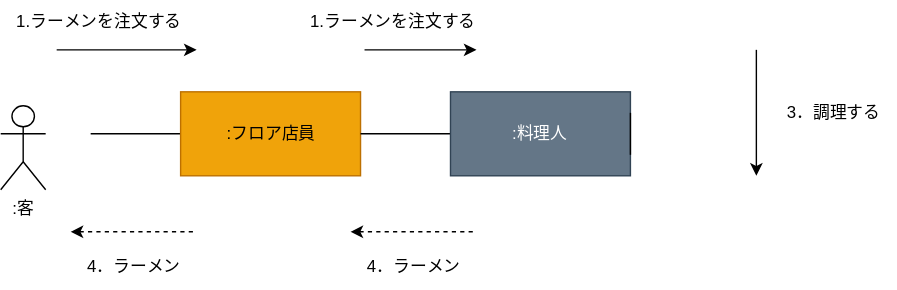
hinokanata/uml-introduction keeps this draw.io diagram as 例題5-1_ラーメン注文配膳.drawio.svg. Above is the earlier version. Source tidied: cells renumbered, new cells last; positions are measured from the earlier drawing's top-left corner, leaving out a move shared by most shapes. Its diagram source:
```xml
<mxGraphModel>
  <root>
    <mxCell id="0" />
    <mxCell id="1" parent="0" />
    <mxCell id="2" style="group;fontStyle=4;" parent="1" vertex="1">
      <mxGeometry y="65" width="450" height="70" as="geometry" />
    </mxCell>
    <mxCell id="3" value=":客" style="shape=umlActor;verticalLabelPosition=bottom;verticalAlign=top;html=1;" parent="2" vertex="1">
      <mxGeometry y="10" width="32.1" height="60" as="geometry" />
    </mxCell>
    <mxCell id="4" style="endArrow=none;html=1;" parent="2" edge="1">
      <mxGeometry relative="1" as="geometry">
        <mxPoint x="64.3" y="30" as="sourcePoint" />
        <mxPoint x="150" y="30" as="targetPoint" />
        <Array as="points">
          <mxPoint x="107.1" y="30" />
        </Array>
      </mxGeometry>
    </mxCell>
    <mxCell id="5" value=":フロア店員" style="rounded=0;whiteSpace=wrap;html=1;fillColor=#f0a30a;strokeColor=#BD7000;fontColor=#000000;" parent="2" vertex="1">
      <mxGeometry x="128.6" width="128.6" height="60" as="geometry" />
    </mxCell>
    <mxCell id="6" style="endArrow=none;html=1;exitX=1;exitY=0.5;exitDx=0;exitDy=0;" parent="2" edge="1" source="5">
      <mxGeometry relative="1" as="geometry">
        <mxPoint x="321.4" y="30" as="targetPoint" />
      </mxGeometry>
    </mxCell>
    <mxCell id="7" value=":料理人" style="rounded=0;whiteSpace=wrap;html=1;fillColor=#647687;fontColor=#ffffff;strokeColor=#314354;" parent="2" vertex="1">
      <mxGeometry x="321.4" width="128.6" height="60" as="geometry" />
    </mxCell>
    <mxCell id="8" style="endArrow=none;html=1;exitX=1;exitY=0.25;exitDx=0;exitDy=0;entryX=1;entryY=0.75;entryDx=0;entryDy=0;" parent="2" edge="1" source="7" target="7">
      <mxGeometry relative="1" as="geometry" />
    </mxCell>
    <mxCell id="9" style="endArrow=classic;html=1;" parent="1" edge="1">
      <mxGeometry relative="1" as="geometry">
        <mxPoint x="40" y="35" as="sourcePoint" />
        <mxPoint x="140" y="35" as="targetPoint" />
      </mxGeometry>
    </mxCell>
    <mxCell id="10" value="1.ラーメンを注文する" style="text;html=1;align=center;verticalAlign=middle;strokeColor=none;fillColor=none;" parent="1" vertex="1">
      <mxGeometry width="140" height="30" as="geometry" />
    </mxCell>
    <mxCell id="11" style="endArrow=classic;html=1;" parent="1" edge="1">
      <mxGeometry relative="1" as="geometry">
        <mxPoint x="260" y="35" as="sourcePoint" />
        <mxPoint x="340" y="35" as="targetPoint" />
      </mxGeometry>
    </mxCell>
    <mxCell id="12" value="1.ラーメンを注文する" style="text;html=1;align=center;verticalAlign=middle;strokeColor=none;fillColor=none;" parent="1" vertex="1">
      <mxGeometry x="210" width="140" height="30" as="geometry" />
    </mxCell>
    <mxCell id="13" style="endArrow=classic;html=1;" parent="1" edge="1">
      <mxGeometry relative="1" as="geometry">
        <mxPoint x="540" y="35" as="sourcePoint" />
        <mxPoint x="540" y="125" as="targetPoint" />
        <Array as="points">
          <mxPoint x="540" y="65" />
        </Array>
      </mxGeometry>
    </mxCell>
    <mxCell id="14" style="endArrow=none;dashed=1;html=1;strokeColor=none;startArrow=classic;startFill=1;" parent="1" edge="1">
      <mxGeometry relative="1" as="geometry">
        <mxPoint x="260" y="195" as="sourcePoint" />
        <mxPoint x="310" y="145" as="targetPoint" />
      </mxGeometry>
    </mxCell>
    <mxCell id="15" style="endArrow=none;dashed=1;html=1;startArrow=classic;startFill=1;" parent="1" edge="1">
      <mxGeometry relative="1" as="geometry">
        <mxPoint x="50" y="165" as="sourcePoint" />
        <mxPoint x="140" y="165" as="targetPoint" />
        <Array as="points">
          <mxPoint x="140" y="165" />
        </Array>
      </mxGeometry>
    </mxCell>
    <mxCell id="16" style="endArrow=none;dashed=1;html=1;startArrow=classic;startFill=1;" parent="1" edge="1">
      <mxGeometry relative="1" as="geometry">
        <mxPoint x="250" y="165" as="sourcePoint" />
        <mxPoint x="340" y="165" as="targetPoint" />
        <Array as="points">
          <mxPoint x="340" y="165" />
        </Array>
      </mxGeometry>
    </mxCell>
    <mxCell id="17" value="3．調理する" style="text;html=1;align=center;verticalAlign=middle;strokeColor=none;fillColor=none;" parent="1" vertex="1">
      <mxGeometry x="550" y="65" width="90" height="30" as="geometry" />
    </mxCell>
    <mxCell id="18" value="4．ラーメン" style="text;html=1;align=center;verticalAlign=middle;strokeColor=none;fillColor=none;" parent="1" vertex="1">
      <mxGeometry x="250" y="175" width="90" height="30" as="geometry" />
    </mxCell>
    <mxCell id="19" value="4．ラーメン" style="text;html=1;align=center;verticalAlign=middle;strokeColor=none;fillColor=none;" parent="1" vertex="1">
      <mxGeometry x="50" y="175" width="90" height="30" as="geometry" />
    </mxCell>
  </root>
</mxGraphModel>
```
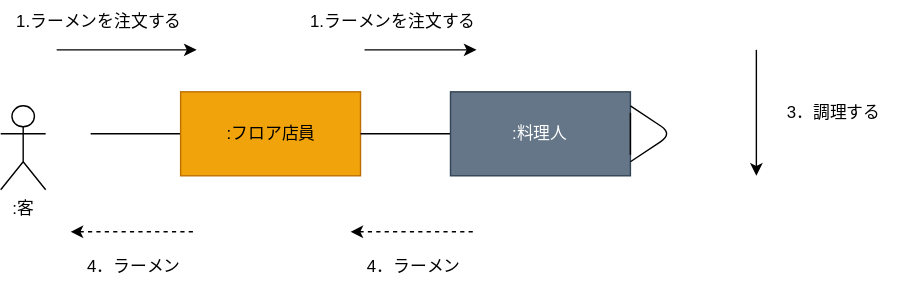
Later version of the same file.

Change to the diagram source:
```diff
@@ -91,5 +91,14 @@
     <mxCell id="19" value="4．ラーメン" style="text;html=1;align=center;verticalAlign=middle;strokeColor=none;fillColor=none;" parent="1" vertex="1">
       <mxGeometry x="50" y="175" width="90" height="30" as="geometry" />
     </mxCell>
+    <mxCell id="20" style="endArrow=none;html=1;" parent="1" edge="1">
+      <mxGeometry relative="1" as="geometry">
+        <mxPoint x="450" y="115" as="sourcePoint" />
+        <mxPoint x="450" y="75" as="targetPoint" />
+        <Array as="points">
+          <mxPoint x="480" y="95" />
+        </Array>
+      </mxGeometry>
+    </mxCell>
   </root>
 </mxGraphModel>
```
